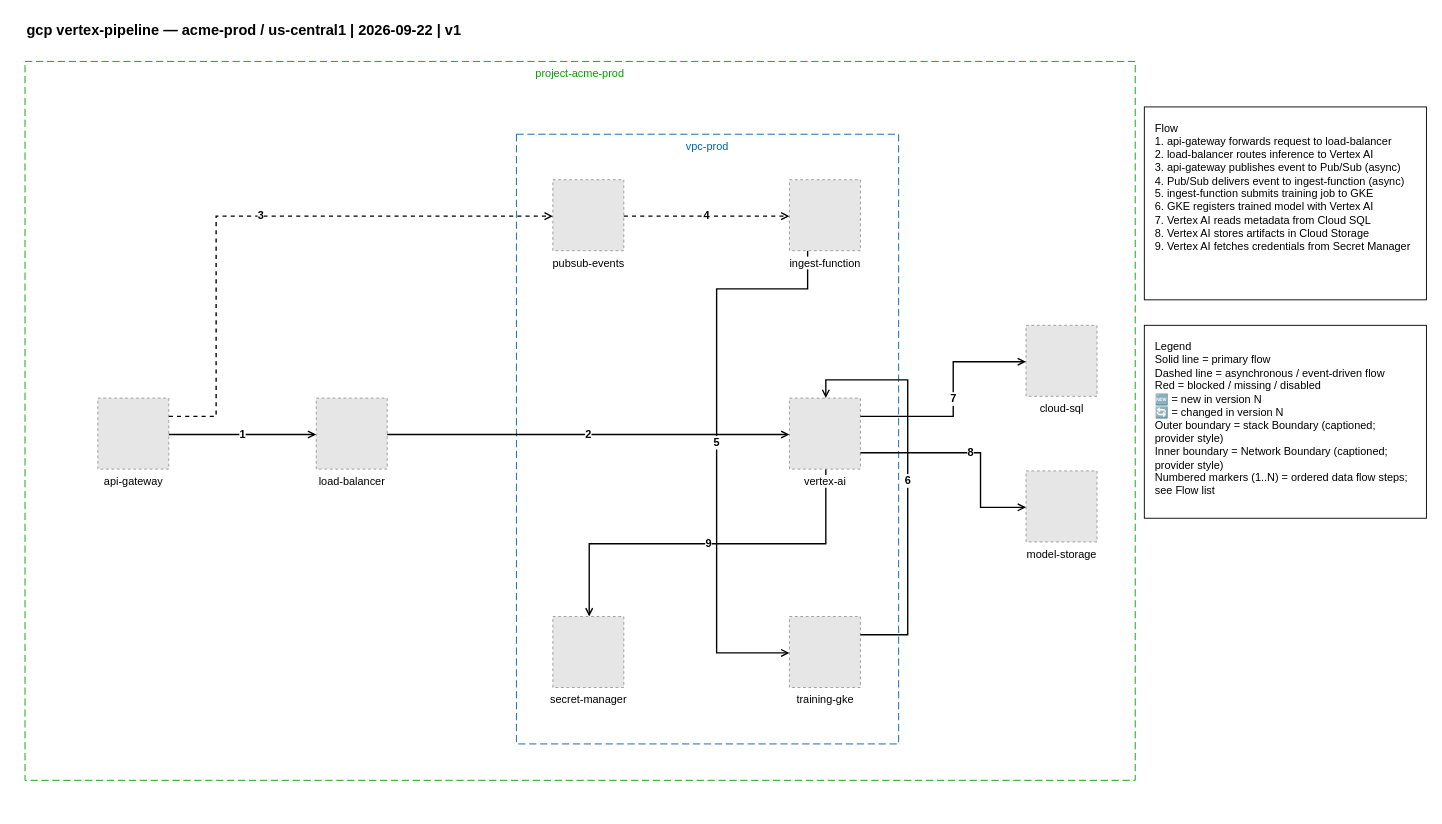
The draw.io diagram examples/gcp/01-gcp-vertex-pipeline.drawio in totoshko88/Cloud_Architecture, before the edit. Source tidied: cells renumbered, new cells numbered last; positions are measured from the earlier drawing's top-left corner, leaving out a move shared by most shapes. Both pictures are drawn from the tidied source at 91%, with x=0, y=0 at pixel (25, 15). Pictures stored in the file or linked from it are replaced by grey dashed boxes.
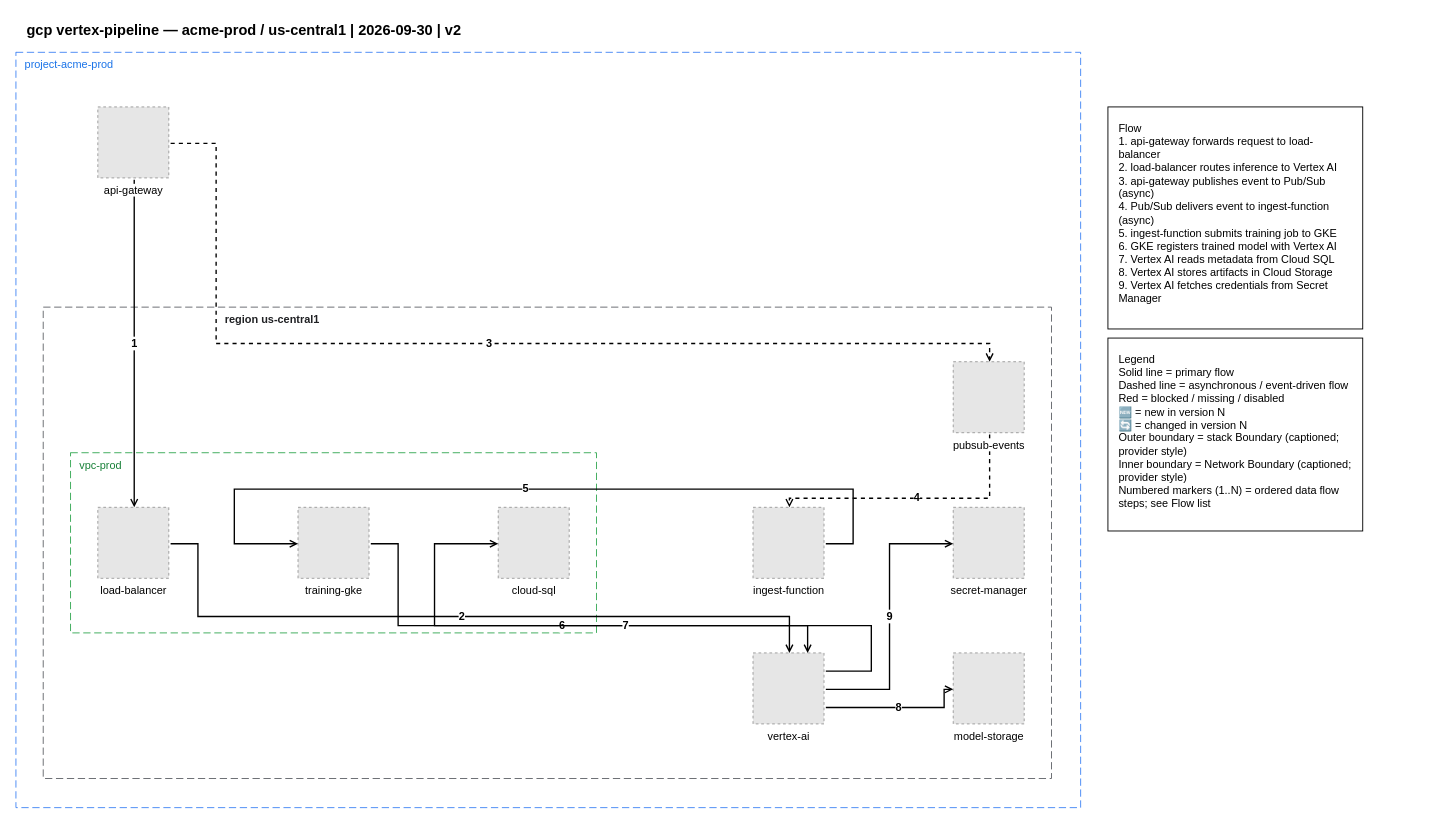
The same diagram, later.

What changed in the source:
```diff
@@
-    <mxCell id="2" value="gcp vertex-pipeline — acme-prod / us-central1 | 2026-09-22 | v1" style="text;html=1;strokeColor=none;fillColor=none;align=left;verticalAlign=middle;fontSize=16;fontStyle=1;" parent="1" vertex="1">
+    <mxCell id="2" value="gcp vertex-pipeline — acme-prod / us-central1 | 2026-09-30 | v2" style="text;html=1;strokeColor=none;fillColor=none;align=left;verticalAlign=middle;fontSize=16;fontStyle=1;" parent="1" vertex="1">
       <mxGeometry width="900" height="30" as="geometry" />
     </mxCell>
-    <mxCell id="3" value="project-acme-prod" style="rounded=0;whiteSpace=wrap;html=1;dashed=1;dashPattern=8 4;strokeColor=#00A000;fillColor=none;verticalAlign=top;fontColor=#00A000;fontSize=12;" parent="1" vertex="1">
-      <mxGeometry y="50" width="1220" height="790" as="geometry" />
+    <mxCell id="3" value="project-acme-prod" style="rounded=0;whiteSpace=wrap;html=1;dashed=1;dashPattern=8 4;strokeColor=#4285F4;fillColor=none;verticalAlign=top;align=left;spacingLeft=8;fontColor=#1A73E8;fontSize=12;" parent="1" vertex="1">
+      <mxGeometry x="-10" y="40" width="1170" height="830" as="geometry" />
     </mxCell>
+    <mxCell id="25" value="region us-central1" style="rounded=0;whiteSpace=wrap;html=1;dashed=1;dashPattern=8 4;strokeColor=#5F6368;fillColor=none;verticalAlign=top;fontColor=#202124;fontStyle=1;fontSize=12;align=left;spacingLeft=198;" parent="1" vertex="1">
+      <mxGeometry x="20" y="320" width="1108" height="518" as="geometry" />
+    </mxCell>
-    <mxCell id="4" value="vpc-prod" style="rounded=0;whiteSpace=wrap;html=1;dashed=1;dashPattern=8 4;strokeColor=#0062AD;fillColor=none;verticalAlign=top;fontColor=#0062AD;fontSize=12;" parent="1" vertex="1">
-      <mxGeometry x="540" y="130" width="420" height="670" as="geometry" />
+    <mxCell id="4" value="vpc-prod" style="rounded=0;whiteSpace=wrap;html=1;dashed=1;dashPattern=8 4;strokeColor=#34A853;fillColor=none;verticalAlign=top;align=left;spacingLeft=8;fontColor=#188038;fontSize=12;" parent="1" vertex="1">
+      <mxGeometry x="50" y="480" width="578" height="198" as="geometry" />
     </mxCell>
-    <mxCell id="5" value="5" style="edgeStyle=orthogonalEdgeStyle;rounded=0;html=1;endArrow=open;endFill=0;strokeWidth=1.5;exitX=0.2564102564102564;exitY=1.0;exitDx=0;exitDy=0;exitPerimeter=0;entryX=0.0;entryY=0.5128205128205128;entryDx=0;entryDy=0;fontSize=12;fontStyle=1;" parent="1" edge="1" source="11" target="13">
-      <mxGeometry relative="1" as="geometry">
-        <Array as="points">
-          <mxPoint x="860" y="300" />
-          <mxPoint x="760" y="300" />
-          <mxPoint x="760" y="700" />
-        </Array>
-      </mxGeometry>
-    </mxCell>
-    <mxCell id="6" value="9" style="edgeStyle=orthogonalEdgeStyle;rounded=0;html=1;endArrow=open;endFill=0;strokeWidth=1.5;exitX=0.5128205128205128;exitY=1.0;exitDx=0;exitDy=0;exitPerimeter=0;entryX=0.5128205128205128;entryY=0.0;entryDx=0;entryDy=0;fontSize=12;fontStyle=1;" parent="1" edge="1" source="12" target="10">
-      <mxGeometry relative="1" as="geometry">
-        <Array as="points">
-          <mxPoint x="880" y="580" />
-          <mxPoint x="620" y="580" />
-        </Array>
-      </mxGeometry>
-    </mxCell>
+    <mxCell id="16" value="1" style="edgeStyle=orthogonalEdgeStyle;rounded=0;html=1;endArrow=open;endFill=0;strokeWidth=1.5;exitX=0.5128205128205128;exitY=1.0256410256410255;exitDx=0;exitDy=0;exitPerimeter=0;entryX=0.5128205128205128;entryY=0.0;entryDx=0;entryDy=0;fontSize=12;fontStyle=1;" parent="1" edge="1" source="7" target="8">
+      <mxGeometry relative="1" as="geometry" />
+    </mxCell>
+    <mxCell id="19" value="4" style="edgeStyle=orthogonalEdgeStyle;rounded=0;html=1;endArrow=open;endFill=0;strokeWidth=1.5;dashed=1;exitX=0.5128205128205128;exitY=1.0256410256410255;exitDx=0;exitDy=0;exitPerimeter=0;entryX=0.5128205128205128;entryY=0.0;entryDx=0;entryDy=0;fontSize=12;fontStyle=1;" parent="1" edge="1" source="9" target="11">
+      <mxGeometry relative="1" as="geometry">
+        <Array as="points">
+          <mxPoint x="1060" y="530" />
+          <mxPoint x="840" y="530" />
+        </Array>
+      </mxGeometry>
+    </mxCell>
-    <mxCell id="7" value="api-gateway" style="fillColor=#E6E6E6;strokeColor=#999999;dashed=1;verticalLabelPosition=bottom;verticalAlign=top;html=1;align=center;fontSize=12;" parent="1" vertex="1">
-      <mxGeometry x="80" y="420" width="78" height="78" as="geometry" />
+    <mxCell id="7" value="api-gateway" style="fillColor=#E6E6E6;strokeColor=#999999;dashed=1;verticalLabelPosition=bottom;verticalAlign=top;html=1;align=center;fontSize=12;labelBackgroundColor=#FFFFFF;" parent="1" vertex="1">
+      <mxGeometry x="80" y="100" width="78" height="78" as="geometry" />
     </mxCell>
     <mxCell id="8" value="load-balancer" style="fillColor=#E6E6E6;strokeColor=#999999;dashed=1;verticalLabelPosition=bottom;verticalAlign=top;html=1;align=center;fontSize=12;" parent="1" vertex="1">
-      <mxGeometry x="320" y="420" width="78" height="78" as="geometry" />
+      <mxGeometry x="80" y="540" width="78" height="78" as="geometry" />
     </mxCell>
+    <mxCell id="13" value="training-gke" style="fillColor=#E6E6E6;strokeColor=#999999;dashed=1;verticalLabelPosition=bottom;verticalAlign=top;html=1;align=center;fontSize=12;" parent="1" vertex="1">
+      <mxGeometry x="300" y="540" width="78" height="78" as="geometry" />
+    </mxCell>
+    <mxCell id="14" value="cloud-sql" style="fillColor=#E6E6E6;strokeColor=#999999;dashed=1;verticalLabelPosition=bottom;verticalAlign=top;html=1;align=center;fontSize=12;" parent="1" vertex="1">
+      <mxGeometry x="520" y="540" width="78" height="78" as="geometry" />
+    </mxCell>
-    <mxCell id="9" value="pubsub-events" style="fillColor=#E6E6E6;strokeColor=#999999;dashed=1;verticalLabelPosition=bottom;verticalAlign=top;html=1;align=center;fontSize=12;" parent="1" vertex="1">
-      <mxGeometry x="580" y="180" width="78" height="78" as="geometry" />
+    <mxCell id="9" value="pubsub-events" style="fillColor=#E6E6E6;strokeColor=#999999;dashed=1;verticalLabelPosition=bottom;verticalAlign=top;html=1;align=center;fontSize=12;labelBackgroundColor=#FFFFFF;" parent="1" vertex="1">
+      <mxGeometry x="1020" y="380" width="78" height="78" as="geometry" />
     </mxCell>
-    <mxCell id="10" value="secret-manager" style="fillColor=#E6E6E6;strokeColor=#999999;dashed=1;verticalLabelPosition=bottom;verticalAlign=top;html=1;align=center;fontSize=12;" parent="1" vertex="1">
-      <mxGeometry x="580" y="660" width="78" height="78" as="geometry" />
-    </mxCell>
-    <mxCell id="11" value="ingest-function" style="fillColor=#E6E6E6;strokeColor=#999999;dashed=1;verticalLabelPosition=bottom;verticalAlign=top;html=1;align=center;fontSize=12;labelBackgroundColor=#FFFFFF;" parent="1" vertex="1">
-      <mxGeometry x="840" y="180" width="78" height="78" as="geometry" />
+    <mxCell id="11" value="ingest-function" style="fillColor=#E6E6E6;strokeColor=#999999;dashed=1;verticalLabelPosition=bottom;verticalAlign=top;html=1;align=center;fontSize=12;" parent="1" vertex="1">
+      <mxGeometry x="800" y="540" width="78" height="78" as="geometry" />
     </mxCell>
-    <mxCell id="12" value="vertex-ai" style="fillColor=#E6E6E6;strokeColor=#999999;dashed=1;verticalLabelPosition=bottom;verticalAlign=top;html=1;align=center;fontSize=12;labelBackgroundColor=#FFFFFF;" parent="1" vertex="1">
-      <mxGeometry x="840" y="420" width="78" height="78" as="geometry" />
+    <mxCell id="12" value="vertex-ai" style="fillColor=#E6E6E6;strokeColor=#999999;dashed=1;verticalLabelPosition=bottom;verticalAlign=top;html=1;align=center;fontSize=12;" parent="1" vertex="1">
+      <mxGeometry x="800" y="700" width="78" height="78" as="geometry" />
     </mxCell>
-    <mxCell id="13" value="training-gke" style="fillColor=#E6E6E6;strokeColor=#999999;dashed=1;verticalLabelPosition=bottom;verticalAlign=top;html=1;align=center;fontSize=12;" parent="1" vertex="1">
-      <mxGeometry x="840" y="660" width="78" height="78" as="geometry" />
-    </mxCell>
-    <mxCell id="14" value="cloud-sql" style="fillColor=#E6E6E6;strokeColor=#999999;dashed=1;verticalLabelPosition=bottom;verticalAlign=top;html=1;align=center;fontSize=12;" parent="1" vertex="1">
-      <mxGeometry x="1100" y="340" width="78" height="78" as="geometry" />
-    </mxCell>
+    <mxCell id="10" value="secret-manager" style="fillColor=#E6E6E6;strokeColor=#999999;dashed=1;verticalLabelPosition=bottom;verticalAlign=top;html=1;align=center;fontSize=12;" parent="1" vertex="1">
+      <mxGeometry x="1020" y="540" width="78" height="78" as="geometry" />
+    </mxCell>
     <mxCell id="15" value="model-storage" style="fillColor=#E6E6E6;strokeColor=#999999;dashed=1;verticalLabelPosition=bottom;verticalAlign=top;html=1;align=center;fontSize=12;" parent="1" vertex="1">
-      <mxGeometry x="1100" y="500" width="78" height="78" as="geometry" />
+      <mxGeometry x="1020" y="700" width="78" height="78" as="geometry" />
     </mxCell>
-    <mxCell id="16" value="1" style="edgeStyle=orthogonalEdgeStyle;rounded=0;html=1;endArrow=open;endFill=0;strokeWidth=1.5;exitX=1.0;exitY=0.5128205128205128;exitDx=0;exitDy=0;exitPerimeter=0;entryX=0.0;entryY=0.5128205128205128;entryDx=0;entryDy=0;fontSize=12;fontStyle=1;" parent="1" edge="1" source="7" target="8">
-      <mxGeometry relative="1" as="geometry" />
-    </mxCell>
-    <mxCell id="17" value="2" style="edgeStyle=orthogonalEdgeStyle;rounded=0;html=1;endArrow=open;endFill=0;strokeWidth=1.5;exitX=1.0;exitY=0.5128205128205128;exitDx=0;exitDy=0;exitPerimeter=0;entryX=0.0;entryY=0.5128205128205128;entryDx=0;entryDy=0;fontSize=12;fontStyle=1;" parent="1" edge="1" source="8" target="12">
-      <mxGeometry relative="1" as="geometry" />
+    <mxCell id="17" value="2" style="edgeStyle=orthogonalEdgeStyle;rounded=0;html=1;endArrow=open;endFill=0;strokeWidth=1.5;exitX=1.0256410256410255;exitY=0.5128205128205128;exitDx=0;exitDy=0;exitPerimeter=0;entryX=0.5128205128205128;entryY=0.0;entryDx=0;entryDy=0;fontSize=12;fontStyle=1;" parent="1" edge="1" source="8" target="12">
+      <mxGeometry relative="1" as="geometry">
+        <Array as="points">
+          <mxPoint x="190" y="580" />
+          <mxPoint x="190" y="660" />
+          <mxPoint x="840" y="660" />
+        </Array>
+      </mxGeometry>
     </mxCell>
-    <mxCell id="18" value="3" style="edgeStyle=orthogonalEdgeStyle;rounded=0;html=1;endArrow=open;endFill=0;strokeWidth=1.5;dashed=1;exitX=1.0;exitY=0.2564102564102564;exitDx=0;exitDy=0;exitPerimeter=0;entryX=0.0;entryY=0.5128205128205128;entryDx=0;entryDy=0;fontSize=12;fontStyle=1;" parent="1" edge="1" source="7" target="9">
+    <mxCell id="18" value="3" style="edgeStyle=orthogonalEdgeStyle;rounded=0;html=1;endArrow=open;endFill=0;strokeWidth=1.5;dashed=1;exitX=1.0256410256410255;exitY=0.5128205128205128;exitDx=0;exitDy=0;exitPerimeter=0;entryX=0.5128205128205128;entryY=0.0;entryDx=0;entryDy=0;fontSize=12;fontStyle=1;" parent="1" edge="1" source="7" target="9">
       <mxGeometry relative="1" as="geometry">
         <Array as="points">
-          <mxPoint x="210" y="440" />
-          <mxPoint x="210" y="220" />
+          <mxPoint x="210" y="140" />
+          <mxPoint x="210" y="360" />
+          <mxPoint x="1060" y="360" />
         </Array>
       </mxGeometry>
     </mxCell>
-    <mxCell id="19" value="4" style="edgeStyle=orthogonalEdgeStyle;rounded=0;html=1;endArrow=open;endFill=0;strokeWidth=1.5;dashed=1;exitX=1.0;exitY=0.5128205128205128;exitDx=0;exitDy=0;exitPerimeter=0;entryX=0.0;entryY=0.5128205128205128;entryDx=0;entryDy=0;fontSize=12;fontStyle=1;" parent="1" edge="1" source="9" target="11">
-      <mxGeometry relative="1" as="geometry" />
-    </mxCell>
+    <mxCell id="5" value="5" style="edgeStyle=orthogonalEdgeStyle;rounded=0;html=1;endArrow=open;endFill=0;strokeWidth=1.5;exitX=1.0256410256410255;exitY=0.5128205128205128;exitDx=0;exitDy=0;exitPerimeter=0;entryX=0.0;entryY=0.5128205128205128;entryDx=0;entryDy=0;fontSize=12;fontStyle=1;" parent="1" edge="1" source="11" target="13">
+      <mxGeometry relative="1" as="geometry">
+        <Array as="points">
+          <mxPoint x="910" y="580" />
+          <mxPoint x="910" y="520" />
+          <mxPoint x="230" y="520" />
+          <mxPoint x="230" y="580" />
+        </Array>
+      </mxGeometry>
+    </mxCell>
-    <mxCell id="20" value="6" style="edgeStyle=orthogonalEdgeStyle;rounded=0;html=1;endArrow=open;endFill=0;strokeWidth=1.5;exitX=1.0;exitY=0.2564102564102564;exitDx=0;exitDy=0;exitPerimeter=0;entryX=0.5128205128205128;entryY=0.0;entryDx=0;entryDy=0;fontSize=12;fontStyle=1;" parent="1" edge="1" source="13" target="12">
+    <mxCell id="20" value="6" style="edgeStyle=orthogonalEdgeStyle;rounded=0;html=1;endArrow=open;endFill=0;strokeWidth=1.5;exitX=1.0256410256410255;exitY=0.5128205128205128;exitDx=0;exitDy=0;exitPerimeter=0;entryX=0.7692307692307693;entryY=0.0;entryDx=0;entryDy=0;fontSize=12;fontStyle=1;" parent="1" edge="1" source="13" target="12">
       <mxGeometry relative="1" as="geometry">
         <Array as="points">
-          <mxPoint x="970" y="680" />
-          <mxPoint x="970" y="400" />
-          <mxPoint x="880" y="400" />
+          <mxPoint x="410" y="580" />
+          <mxPoint x="410" y="670" />
+          <mxPoint x="860" y="670" />
         </Array>
       </mxGeometry>
     </mxCell>
-    <mxCell id="21" value="7" style="edgeStyle=orthogonalEdgeStyle;rounded=0;html=1;endArrow=open;endFill=0;strokeWidth=1.5;exitX=1.0;exitY=0.2564102564102564;exitDx=0;exitDy=0;exitPerimeter=0;entryX=0.0;entryY=0.5128205128205128;entryDx=0;entryDy=0;fontSize=12;fontStyle=1;" parent="1" edge="1" source="12" target="14">
+    <mxCell id="21" value="7" style="edgeStyle=orthogonalEdgeStyle;rounded=0;html=1;endArrow=open;endFill=0;strokeWidth=1.5;exitX=1.0256410256410255;exitY=0.2564102564102564;exitDx=0;exitDy=0;exitPerimeter=0;entryX=0.0;entryY=0.5128205128205128;entryDx=0;entryDy=0;fontSize=12;fontStyle=1;" parent="1" edge="1" source="12" target="14">
       <mxGeometry relative="1" as="geometry">
         <Array as="points">
-          <mxPoint x="1020" y="440" />
-          <mxPoint x="1020" y="380" />
+          <mxPoint x="930" y="720" />
+          <mxPoint x="930" y="670" />
+          <mxPoint x="450" y="670" />
+          <mxPoint x="450" y="580" />
         </Array>
       </mxGeometry>
     </mxCell>
-    <mxCell id="22" value="8" style="edgeStyle=orthogonalEdgeStyle;rounded=0;html=1;endArrow=open;endFill=0;strokeWidth=1.5;exitX=1.0;exitY=0.7692307692307693;exitDx=0;exitDy=0;exitPerimeter=0;entryX=0.0;entryY=0.5128205128205128;entryDx=0;entryDy=0;fontSize=12;fontStyle=1;" parent="1" edge="1" source="12" target="15">
+    <mxCell id="22" value="8" style="edgeStyle=orthogonalEdgeStyle;rounded=0;html=1;endArrow=open;endFill=0;strokeWidth=1.5;exitX=1.0256410256410255;exitY=0.7692307692307693;exitDx=0;exitDy=0;exitPerimeter=0;entryX=0.0;entryY=0.5128205128205128;entryDx=0;entryDy=0;fontSize=12;fontStyle=1;" parent="1" edge="1" source="12" target="15">
       <mxGeometry relative="1" as="geometry">
         <Array as="points">
-          <mxPoint x="1050" y="480" />
-          <mxPoint x="1050" y="540" />
+          <mxPoint x="1010" y="760" />
+          <mxPoint x="1010" y="740" />
         </Array>
       </mxGeometry>
     </mxCell>
+    <mxCell id="6" value="9" style="edgeStyle=orthogonalEdgeStyle;rounded=0;html=1;endArrow=open;endFill=0;strokeWidth=1.5;exitX=1.0256410256410255;exitY=0.5128205128205128;exitDx=0;exitDy=0;exitPerimeter=0;entryX=0.0;entryY=0.5128205128205128;entryDx=0;entryDy=0;fontSize=12;fontStyle=1;" parent="1" edge="1" source="12" target="10">
+      <mxGeometry relative="1" as="geometry">
+        <Array as="points">
+          <mxPoint x="950" y="740" />
+          <mxPoint x="950" y="580" />
+        </Array>
+      </mxGeometry>
+    </mxCell>
     <mxCell id="23" value="Flow&#10;1. api-gateway forwards request to load-balancer&#10;2. load-balancer routes inference to Vertex AI&#10;3. api-gateway publishes event to Pub/Sub (async)&#10;4. Pub/Sub delivers event to ingest-function (async)&#10;5. ingest-function submits training job to GKE&#10;6. GKE registers trained model with Vertex AI&#10;7. Vertex AI reads metadata from Cloud SQL&#10;8. Vertex AI stores artifacts in Cloud Storage&#10;9. Vertex AI fetches credentials from Secret Manager" style="text;html=1;align=left;verticalAlign=top;fontSize=12;whiteSpace=wrap;strokeColor=#000000;fillColor=#FFFFFF;spacingLeft=10;spacingRight=10;spacingTop=10;spacingBottom=10;" parent="1" vertex="1">
-      <mxGeometry x="1230" y="100" width="310" height="212" as="geometry" />
+      <mxGeometry x="1190" y="100" width="280" height="244" as="geometry" />
     </mxCell>
     <mxCell id="24" value="Legend&#10;Solid line = primary flow&#10;Dashed line = asynchronous / event-driven flow&#10;Red = blocked / missing / disabled&#10;🆕 = new in version N&#10;🔄 = changed in version N&#10;Outer boundary = stack Boundary (captioned; provider style)&#10;Inner boundary = Network Boundary (captioned; provider style)&#10;Numbered markers (1..N) = ordered data flow steps; see Flow list" style="text;html=1;align=left;verticalAlign=top;fontSize=12;whiteSpace=wrap;strokeColor=#000000;fillColor=#FFFFFF;spacingLeft=10;spacingRight=10;spacingTop=10;spacingBottom=10;" parent="1" vertex="1">
-      <mxGeometry x="1230" y="340" width="310" height="212" as="geometry" />
+      <mxGeometry x="1190" y="354" width="280" height="212" as="geometry" />
     </mxCell>
```
